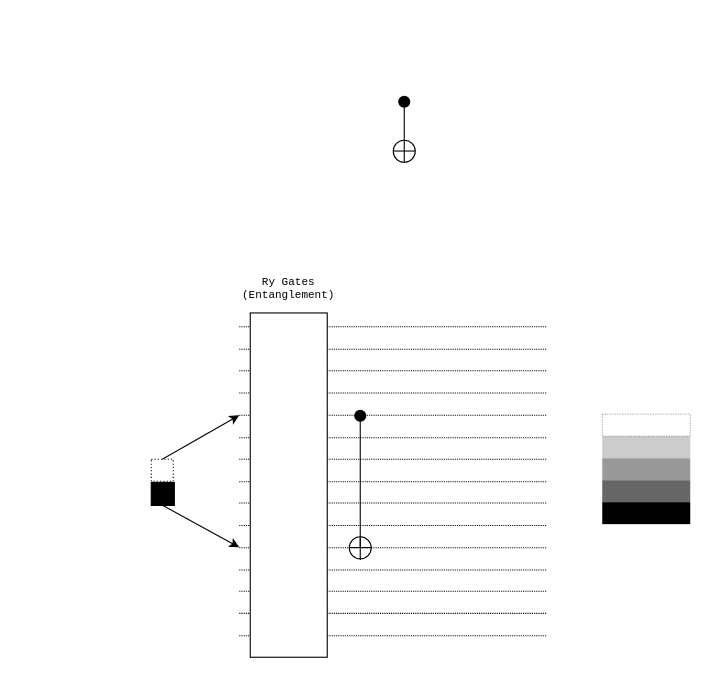
Before: VQC-A01.drawio in BiancaMass/Diagrams, a draw.io diagram. Source tidied: cells renumbered, new cells numbered last; positions are measured from the earlier drawing's top-left corner, leaving out a move shared by most shapes. Both pictures are drawn from the tidied source at 110%, with x=0, y=0 at pixel (19, 19).
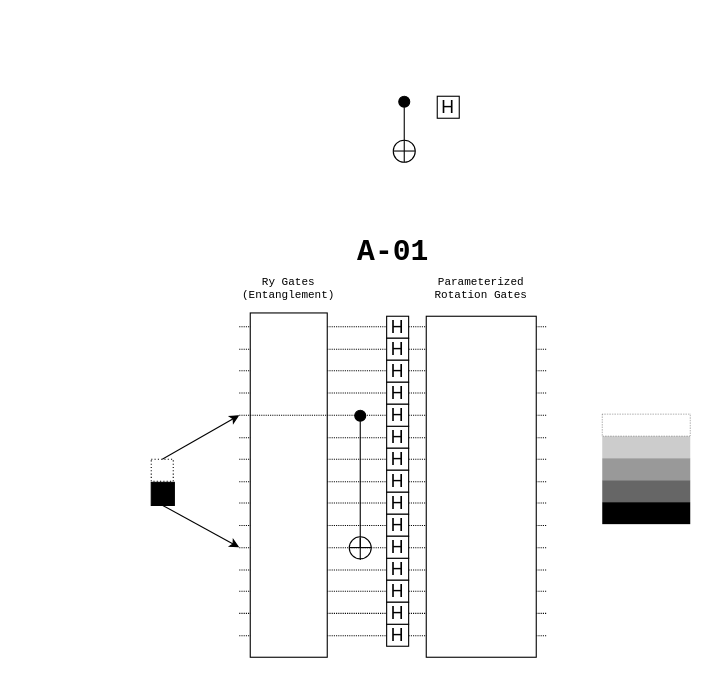
The same page after the edit.

Diff of the diagram source:
```diff
@@
-    <mxCell id="19" style="endArrow=none;html=1;rounded=0;dashed=1;dashPattern=1 1;" parent="1" edge="1">
+    <mxCell id="19" style="endArrow=none;html=1;rounded=0;dashed=1;dashPattern=1 1;" parent="1" edge="1" source="46">
       <mxGeometry relative="1" as="geometry">
-        <mxPoint x="200" y="360" as="sourcePoint" />
         <mxPoint x="480" y="360" as="targetPoint" />
       </mxGeometry>
     </mxCell>
@@
+    <mxCell id="39" value="&lt;font style=&quot;font-size: 16px;&quot;&gt;H&lt;/font&gt;" style="whiteSpace=wrap;html=1;fontSize=16;" parent="1" vertex="1">
+      <mxGeometry x="380" y="70" width="20" height="20" as="geometry" />
+    </mxCell>
+    <mxCell id="40" value="&lt;font style=&quot;font-size: 16px;&quot;&gt;H&lt;/font&gt;" style="whiteSpace=wrap;html=1;fontSize=16;" parent="1" vertex="1">
+      <mxGeometry x="334" y="270" width="20" height="20" as="geometry" />
+    </mxCell>
+    <mxCell id="41" value="&lt;font style=&quot;font-size: 16px;&quot;&gt;H&lt;/font&gt;" style="whiteSpace=wrap;html=1;fontSize=16;" parent="1" vertex="1">
+      <mxGeometry x="334" y="290" width="20" height="20" as="geometry" />
+    </mxCell>
+    <mxCell id="42" value="&lt;font style=&quot;font-size: 16px;&quot;&gt;H&lt;/font&gt;" style="whiteSpace=wrap;html=1;fontSize=16;" parent="1" vertex="1">
+      <mxGeometry x="334" y="310" width="20" height="20" as="geometry" />
+    </mxCell>
+    <mxCell id="43" value="&lt;font style=&quot;font-size: 16px;&quot;&gt;H&lt;/font&gt;" style="whiteSpace=wrap;html=1;fontSize=16;" parent="1" vertex="1">
+      <mxGeometry x="334" y="330" width="20" height="20" as="geometry" />
+    </mxCell>
+    <mxCell id="44" value="&lt;font style=&quot;font-size: 16px;&quot;&gt;H&lt;/font&gt;" style="whiteSpace=wrap;html=1;fontSize=16;" parent="1" vertex="1">
+      <mxGeometry x="334" y="370" width="20" height="20" as="geometry" />
+    </mxCell>
+    <mxCell id="45" style="endArrow=none;html=1;rounded=0;dashed=1;dashPattern=1 1;" parent="1" edge="1" target="46">
+      <mxGeometry relative="1" as="geometry">
+        <mxPoint x="200" y="360" as="sourcePoint" />
+      </mxGeometry>
+    </mxCell>
+    <mxCell id="46" value="&lt;font style=&quot;font-size: 16px;&quot;&gt;H&lt;/font&gt;" style="whiteSpace=wrap;html=1;fontSize=16;" parent="1" vertex="1">
+      <mxGeometry x="334" y="350" width="20" height="20" as="geometry" />
+    </mxCell>
+    <mxCell id="47" value="&lt;font style=&quot;font-size: 16px;&quot;&gt;H&lt;/font&gt;" style="whiteSpace=wrap;html=1;fontSize=16;" parent="1" vertex="1">
+      <mxGeometry x="334" y="390" width="20" height="20" as="geometry" />
+    </mxCell>
+    <mxCell id="48" value="&lt;font style=&quot;font-size: 16px;&quot;&gt;H&lt;/font&gt;" style="whiteSpace=wrap;html=1;fontSize=16;" parent="1" vertex="1">
+      <mxGeometry x="334" y="410" width="20" height="20" as="geometry" />
+    </mxCell>
+    <mxCell id="49" value="&lt;font style=&quot;font-size: 16px;&quot;&gt;H&lt;/font&gt;" style="whiteSpace=wrap;html=1;fontSize=16;" parent="1" vertex="1">
+      <mxGeometry x="334" y="430" width="20" height="20" as="geometry" />
+    </mxCell>
+    <mxCell id="50" value="&lt;font style=&quot;font-size: 16px;&quot;&gt;H&lt;/font&gt;" style="whiteSpace=wrap;html=1;fontSize=16;" parent="1" vertex="1">
+      <mxGeometry x="334" y="450" width="20" height="20" as="geometry" />
+    </mxCell>
+    <mxCell id="51" value="&lt;font style=&quot;font-size: 16px;&quot;&gt;H&lt;/font&gt;" style="whiteSpace=wrap;html=1;fontSize=16;" parent="1" vertex="1">
+      <mxGeometry x="334" y="490" width="20" height="20" as="geometry" />
+    </mxCell>
+    <mxCell id="52" value="&lt;font style=&quot;font-size: 16px;&quot;&gt;H&lt;/font&gt;" style="whiteSpace=wrap;html=1;fontSize=16;" parent="1" vertex="1">
+      <mxGeometry x="334" y="470" width="20" height="20" as="geometry" />
+    </mxCell>
+    <mxCell id="53" value="&lt;font style=&quot;font-size: 16px;&quot;&gt;H&lt;/font&gt;" style="whiteSpace=wrap;html=1;fontSize=16;" parent="1" vertex="1">
+      <mxGeometry x="334" y="510" width="20" height="20" as="geometry" />
+    </mxCell>
+    <mxCell id="54" value="&lt;font style=&quot;font-size: 16px;&quot;&gt;H&lt;/font&gt;" style="whiteSpace=wrap;html=1;fontSize=16;" parent="1" vertex="1">
+      <mxGeometry x="334" y="550" width="20" height="20" as="geometry" />
+    </mxCell>
+    <mxCell id="55" value="&lt;font style=&quot;font-size: 16px;&quot;&gt;H&lt;/font&gt;" style="whiteSpace=wrap;html=1;fontSize=16;" parent="1" vertex="1">
+      <mxGeometry x="334" y="530" width="20" height="20" as="geometry" />
+    </mxCell>
+    <mxCell id="56" style="rounded=0;whiteSpace=wrap;html=1;" parent="1" vertex="1">
+      <mxGeometry x="370" y="270" width="100" height="310" as="geometry" />
+    </mxCell>
+    <mxCell id="57" value="Parameterized Rotation Gates" style="text;html=1;strokeColor=none;fillColor=none;align=center;verticalAlign=middle;whiteSpace=wrap;rounded=0;fontSize=10;fontFamily=Courier New;" parent="1" vertex="1">
+      <mxGeometry x="370" y="230" width="100" height="30" as="geometry" />
+    </mxCell>
+    <mxCell id="58" value="&lt;font face=&quot;Courier New&quot; style=&quot;font-size: 27px;&quot;&gt;A-01&lt;/font&gt;" style="text;html=1;strokeColor=none;fillColor=none;align=center;verticalAlign=middle;whiteSpace=wrap;rounded=0;fontStyle=1;" parent="1" vertex="1">
+      <mxGeometry x="200" y="197" width="280" height="30" as="geometry" />
+    </mxCell>
```
